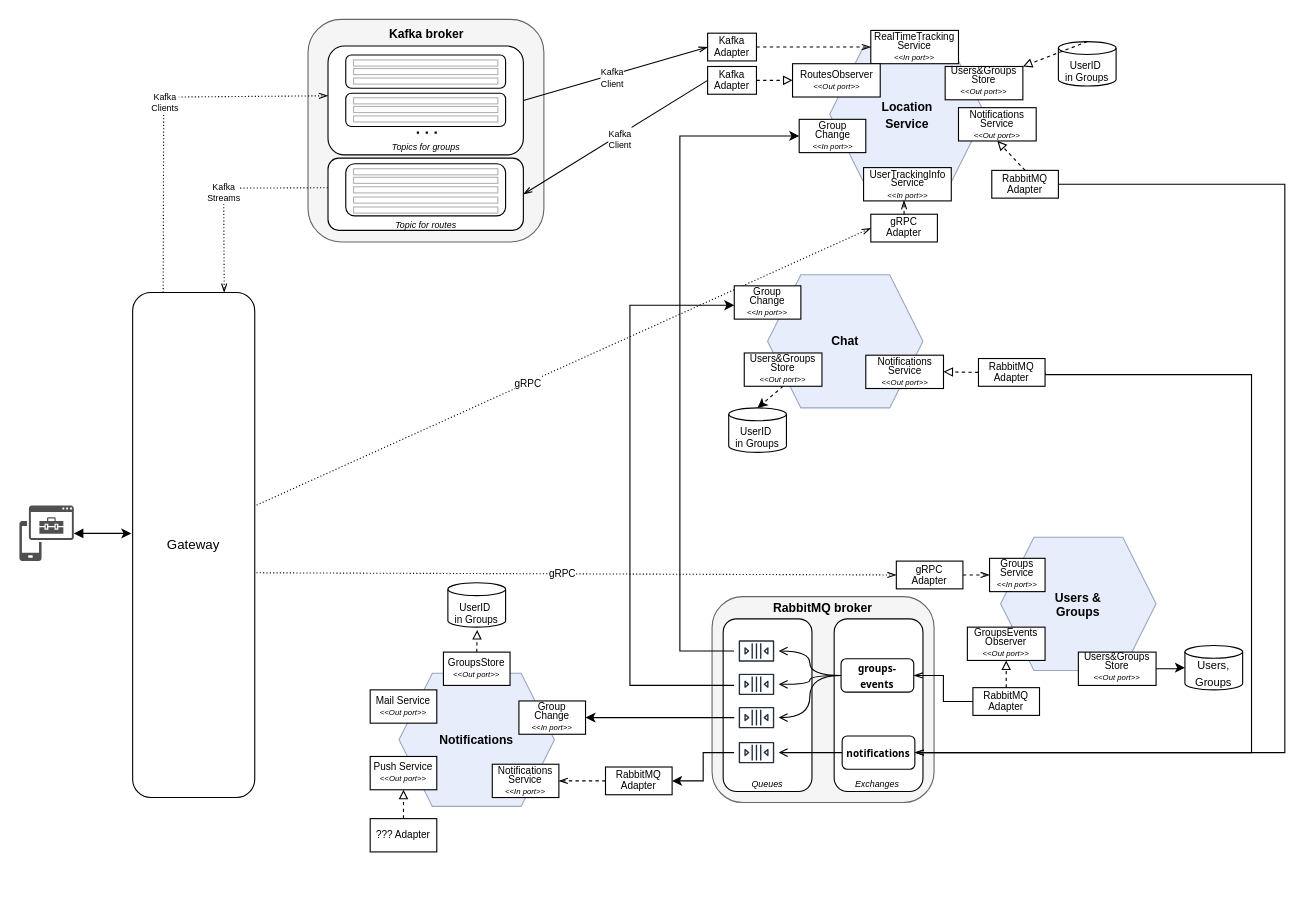
Earlier version of the draw.io diagram content/schemas/architecture.drawio (position-pal/Documentation). Source tidied: cells renumbered, new cells numbered last; positions are measured from the earlier drawing's top-left corner, leaving out a move shared by most shapes. Both pictures are drawn from the tidied source at 111%, with x=0, y=0 at pixel (19, 19).
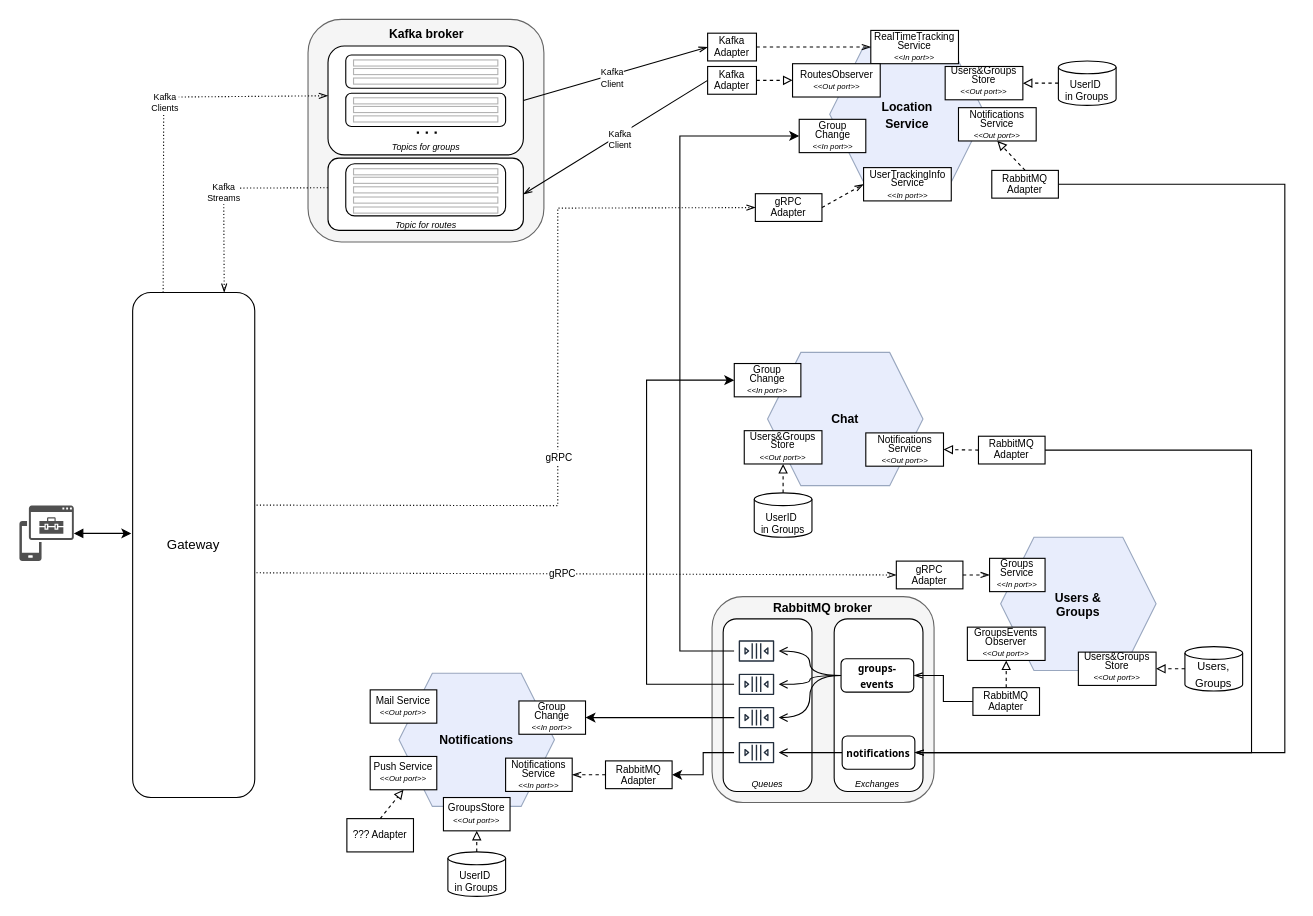
The same diagram, later.

Commit message (it also covers changes not shown here):
docs: improve documentation schemas

Unchanged cells that the change refers to:
```xml
<mxCell id="29" value="Gateway" style="rounded=1;whiteSpace=wrap;html=1;" parent="1" vertex="1">
  <mxGeometry x="102" y="246" width="110" height="455" as="geometry" />
</mxCell>
<mxCell id="37" style="sketch=0;outlineConnect=0;fontColor=#232F3E;gradientColor=none;strokeColor=#232F3E;fillColor=#ffffff;dashed=0;verticalLabelPosition=bottom;verticalAlign=top;align=center;html=1;fontSize=12;fontStyle=0;shape=mxgraph.aws4.resourceIcon;resIcon=mxgraph.aws4.queue;" parent="1" vertex="1">
  <mxGeometry x="644" y="579" width="40" height="40" as="geometry" />
</mxCell>
<mxCell id="39" value="&lt;font size=&quot;1&quot; face=&quot;Tahoma&quot; style=&quot;&quot;&gt;&lt;b style=&quot;font-size: 9px;&quot;&gt;notifications&lt;/b&gt;&lt;/font&gt;" style="rounded=1;whiteSpace=wrap;html=1;" parent="1" vertex="1">
  <mxGeometry x="741.2" y="645.5" width="65.5" height="30" as="geometry" />
</mxCell>
<mxCell id="62" value="&lt;div style=&quot;line-height: 90%; font-size: 9px;&quot;&gt;UserTrackingInfo Service&lt;/div&gt;&lt;div style=&quot;line-height: 90%; font-size: 9px;&quot;&gt;&lt;i style=&quot;background-color: initial; font-size: 12px;&quot;&gt;&lt;font style=&quot;font-size: 7px;&quot;&gt;&amp;lt;&amp;lt;In port&amp;gt;&amp;gt;&lt;/font&gt;&lt;/i&gt;&lt;/div&gt;" style="rounded=0;whiteSpace=wrap;html=1;align=center;" parent="1" vertex="1">
  <mxGeometry x="760.5" y="133.5" width="79" height="30" as="geometry" />
</mxCell>
<mxCell id="95" value="&lt;div style=&quot;line-height: 90%; font-size: 9px;&quot;&gt;Users&amp;amp;Groups&lt;/div&gt;&lt;div style=&quot;line-height: 90%; font-size: 9px;&quot;&gt;Store&lt;/div&gt;&lt;div style=&quot;line-height: 90%;&quot;&gt;&lt;i style=&quot;&quot;&gt;&lt;font style=&quot;font-size: 7px;&quot;&gt;&amp;lt;&amp;lt;Out port&amp;gt;&amp;gt;&lt;/font&gt;&lt;/i&gt;&lt;/div&gt;" style="rounded=0;whiteSpace=wrap;html=1;align=center;" parent="1" vertex="1">
  <mxGeometry x="954" y="570" width="70" height="30" as="geometry" />
</mxCell>
<mxCell id="97" value="&lt;div style=&quot;line-height: 90%; font-size: 9px;&quot;&gt;Users&amp;amp;Groups&lt;/div&gt;&lt;div style=&quot;line-height: 90%; font-size: 9px;&quot;&gt;Store&lt;/div&gt;&lt;div style=&quot;line-height: 90%;&quot;&gt;&lt;i style=&quot;&quot;&gt;&lt;font style=&quot;font-size: 7px;&quot;&gt;&amp;lt;&amp;lt;Out port&amp;gt;&amp;gt;&lt;/font&gt;&lt;/i&gt;&lt;/div&gt;" style="rounded=0;whiteSpace=wrap;html=1;align=center;" parent="1" vertex="1">
  <mxGeometry x="834" y="42.4" width="70" height="30" as="geometry" />
</mxCell>
```

The edit, as a diff of the source:
```diff
@@
-    <mxCell id="36" style="edgeStyle=orthogonalEdgeStyle;rounded=0;jettySize=auto;html=1;entryX=0.5;entryY=1;entryDx=0;entryDy=0;" parent="1" edge="1" source="37">
+    <mxCell id="36" style="edgeStyle=orthogonalEdgeStyle;rounded=0;jettySize=auto;html=1;entryX=0;entryY=0.5;entryDx=0;entryDy=0;" parent="1" edge="1" source="37" target="110">
       <mxGeometry relative="1" as="geometry">
-        <mxPoint x="644" y="257.5" as="targetPoint" />
         <Array as="points">
-          <mxPoint x="550" y="600" />
-          <mxPoint x="550" y="258" />
+          <mxPoint x="565" y="599" />
+          <mxPoint x="565" y="325" />
         </Array>
       </mxGeometry>
     </mxCell>
@@
     <mxCell id="51" value="&lt;font style=&quot;font-size: 9px;&quot;&gt;UserID&amp;nbsp;&lt;/font&gt;&lt;div style=&quot;line-height: 70%;&quot;&gt;&lt;font style=&quot;font-size: 9px;&quot;&gt;in&amp;nbsp;&lt;/font&gt;&lt;span style=&quot;font-size: 9px; background-color: initial;&quot;&gt;Groups&lt;/span&gt;&lt;/div&gt;" style="shape=cylinder3;whiteSpace=wrap;html=1;boundedLbl=1;backgroundOutline=1;size=5.774193548387103;" parent="1" vertex="1">
-      <mxGeometry x="386" y="507.5" width="52" height="40" as="geometry" />
+      <mxGeometry x="386" y="750" width="52" height="40" as="geometry" />
     </mxCell>
-    <mxCell id="52" style="edgeStyle=orthogonalEdgeStyle;rounded=0;jettySize=auto;html=1;exitX=0.5;exitY=0;exitDx=0;exitDy=0;dashed=1;endArrow=block;endFill=0;" parent="1" edge="1" source="53">
-      <mxGeometry relative="1" as="geometry">
-        <mxPoint x="412.4" y="550" as="targetPoint" />
-      </mxGeometry>
+    <mxCell id="52" style="edgeStyle=orthogonalEdgeStyle;rounded=0;jettySize=auto;html=1;exitX=0.5;exitY=0;exitDx=0;exitDy=0;dashed=1;endArrow=block;endFill=0;exitPerimeter=0;entryX=0.5;entryY=1;entryDx=0;entryDy=0;" parent="1" edge="1" source="51" target="53">
+      <mxGeometry relative="1" as="geometry" />
     </mxCell>
     <mxCell id="53" value="&lt;div style=&quot;line-height: 90%; font-size: 9px;&quot;&gt;GroupsStore&lt;br&gt;&lt;i style=&quot;background-color: initial; font-size: 12px;&quot;&gt;&lt;font style=&quot;font-size: 7px;&quot;&gt;&amp;lt;&amp;lt;Out port&amp;gt;&amp;gt;&lt;/font&gt;&lt;/i&gt;&lt;/div&gt;" style="rounded=0;whiteSpace=wrap;html=1;align=center;" parent="1" vertex="1">
-      <mxGeometry x="382" y="570" width="60" height="30" as="geometry" />
+      <mxGeometry x="382" y="701" width="60" height="30" as="geometry" />
     </mxCell>
@@
     <mxCell id="55" value="&lt;div style=&quot;line-height: 90%; font-size: 9px;&quot;&gt;Notifications&lt;/div&gt;&lt;div style=&quot;line-height: 90%; font-size: 9px;&quot;&gt;Service&lt;br&gt;&lt;i style=&quot;background-color: initial; font-size: 12px;&quot;&gt;&lt;font style=&quot;font-size: 7px;&quot;&gt;&amp;lt;&amp;lt;In port&amp;gt;&amp;gt;&lt;/font&gt;&lt;/i&gt;&lt;/div&gt;" style="rounded=0;whiteSpace=wrap;html=1;align=center;" parent="1" vertex="1">
-      <mxGeometry x="426" y="671" width="60" height="30" as="geometry" />
+      <mxGeometry x="438" y="665.5" width="60" height="30" as="geometry" />
     </mxCell>
@@
     <mxCell id="57" value="&lt;div style=&quot;line-height: 110%; font-size: 9px;&quot;&gt;RabbitMQ Adapter&lt;/div&gt;" style="rounded=0;whiteSpace=wrap;html=1;align=center;" parent="1" vertex="1">
-      <mxGeometry x="528" y="673.5" width="60" height="25" as="geometry" />
+      <mxGeometry x="528" y="668" width="60" height="25" as="geometry" />
     </mxCell>
@@
     <mxCell id="63" value="&lt;div style=&quot;line-height: 110%; font-size: 9px;&quot;&gt;gRPC&lt;/div&gt;&lt;div style=&quot;line-height: 110%; font-size: 9px;&quot;&gt;Adapter&lt;/div&gt;" style="rounded=0;whiteSpace=wrap;html=1;align=center;" parent="1" vertex="1">
-      <mxGeometry x="767" y="175.5" width="60" height="25" as="geometry" />
+      <mxGeometry x="663" y="157" width="60" height="25" as="geometry" />
     </mxCell>
-    <mxCell id="64" style="edgeStyle=orthogonalEdgeStyle;rounded=0;jettySize=auto;html=1;exitX=0.5;exitY=0;exitDx=0;exitDy=0;entryX=0.461;entryY=0.981;entryDx=0;entryDy=0;entryPerimeter=0;endArrow=openThin;endFill=0;dashed=1;" parent="1" edge="1" source="63" target="62">
+    <mxCell id="64" style="rounded=0;jettySize=auto;html=1;exitX=1;exitY=0.5;exitDx=0;exitDy=0;entryX=0;entryY=0.5;entryDx=0;entryDy=0;endArrow=openThin;endFill=0;dashed=1;" parent="1" edge="1" source="63" target="62">
       <mxGeometry relative="1" as="geometry" />
     </mxCell>
@@
     <mxCell id="69" style="rounded=0;jettySize=auto;html=1;entryX=0;entryY=0.5;entryDx=0;entryDy=0;dashed=1;dashPattern=1 2;endArrow=openThin;endFill=0;exitX=1.015;exitY=0.421;exitDx=0;exitDy=0;exitPerimeter=0;" parent="1" edge="1" source="29" target="63">
-      <mxGeometry relative="1" as="geometry" />
+      <mxGeometry relative="1" as="geometry">
+        <Array as="points">
+          <mxPoint x="485" y="438" />
+          <mxPoint x="485" y="170" />
+        </Array>
+      </mxGeometry>
     </mxCell>
@@
     <mxCell id="84" value="&lt;span style=&quot;font-size: 11px;&quot;&gt;&lt;b&gt;Chat&lt;/b&gt;&lt;/span&gt;" style="shape=hexagon;perimeter=hexagonPerimeter2;whiteSpace=wrap;html=1;fixedSize=1;fillColor=#E8EDFC;strokeColor=#99A7BF;size=30;" parent="1" vertex="1">
-      <mxGeometry x="674" y="230" width="140" height="120" as="geometry" />
+      <mxGeometry x="674" y="300" width="140" height="120" as="geometry" />
     </mxCell>
     <mxCell id="85" value="&lt;div style=&quot;line-height: 90%; font-size: 9px;&quot;&gt;Notifications Service&lt;/div&gt;&lt;div style=&quot;line-height: 90%; font-size: 9px;&quot;&gt;&lt;i style=&quot;background-color: initial; font-size: 12px;&quot;&gt;&lt;font style=&quot;font-size: 7px;&quot;&gt;&amp;lt;&amp;lt;Out port&amp;gt;&amp;gt;&lt;/font&gt;&lt;/i&gt;&lt;/div&gt;" style="rounded=0;whiteSpace=wrap;html=1;align=center;" parent="1" vertex="1">
-      <mxGeometry x="762.5" y="302.5" width="70" height="30" as="geometry" />
+      <mxGeometry x="762.5" y="372.5" width="70" height="30" as="geometry" />
     </mxCell>
     <mxCell id="86" style="edgeStyle=orthogonalEdgeStyle;rounded=0;jettySize=auto;html=1;exitX=1;exitY=0.5;exitDx=0;exitDy=0;entryX=1;entryY=0.5;entryDx=0;entryDy=0;endArrow=openThin;endFill=0;" parent="1" edge="1" source="87" target="39">
       <mxGeometry relative="1" as="geometry">
         <Array as="points">
-          <mxPoint x="924" y="320" />
-          <mxPoint x="1110" y="320" />
-          <mxPoint x="1110" y="661" />
+          <mxPoint x="1110" y="388" />
+          <mxPoint x="1110" y="660" />
         </Array>
       </mxGeometry>
     </mxCell>
     <mxCell id="87" value="&lt;div style=&quot;line-height: 110%; font-size: 9px;&quot;&gt;RabbitMQ Adapter&lt;/div&gt;" style="rounded=0;whiteSpace=wrap;html=1;align=center;" parent="1" vertex="1">
-      <mxGeometry x="864" y="305.5" width="60" height="25" as="geometry" />
+      <mxGeometry x="864" y="375.5" width="60" height="25" as="geometry" />
     </mxCell>
@@
     <mxCell id="90" value="&lt;div style=&quot;line-height: 90%; font-size: 9px;&quot;&gt;??? Adapter&lt;/div&gt;" style="rounded=0;whiteSpace=wrap;html=1;align=center;" parent="1" vertex="1">
-      <mxGeometry x="316" y="720" width="60" height="30" as="geometry" />
+      <mxGeometry x="295" y="720" width="60" height="30" as="geometry" />
     </mxCell>
@@
     <mxCell id="93" value="&lt;font style=&quot;font-size: 10px;&quot;&gt;Users, Groups&lt;/font&gt;" style="shape=cylinder3;whiteSpace=wrap;html=1;boundedLbl=1;backgroundOutline=1;size=5.774193548387103;" parent="1" vertex="1">
-      <mxGeometry x="1050" y="564" width="52" height="40" as="geometry" />
+      <mxGeometry x="1050" y="565" width="52" height="40" as="geometry" />
     </mxCell>
-    <mxCell id="94" style="edgeStyle=orthogonalEdgeStyle;rounded=0;jettySize=auto;html=1;" parent="1" edge="1" source="95" target="93">
-      <mxGeometry relative="1" as="geometry" />
-    </mxCell>
@@
     <mxCell id="96" value="&lt;font style=&quot;font-size: 9px;&quot;&gt;UserID&amp;nbsp;&lt;/font&gt;&lt;div style=&quot;line-height: 70%;&quot;&gt;&lt;font style=&quot;font-size: 9px;&quot;&gt;in&amp;nbsp;&lt;/font&gt;&lt;span style=&quot;font-size: 9px; background-color: initial;&quot;&gt;Groups&lt;/span&gt;&lt;/div&gt;" style="shape=cylinder3;whiteSpace=wrap;html=1;boundedLbl=1;backgroundOutline=1;size=5.774193548387103;" parent="1" vertex="1">
-      <mxGeometry x="936" y="20" width="52" height="40" as="geometry" />
+      <mxGeometry x="936" y="37.4" width="52" height="40" as="geometry" />
     </mxCell>
@@
-    <mxCell id="98" style="rounded=0;jettySize=auto;html=1;exitX=0.5;exitY=1;exitDx=0;exitDy=0;entryX=0.5;entryY=0;entryDx=0;entryDy=0;dashed=1;entryPerimeter=0;" parent="1" edge="1" source="100" target="99">
-      <mxGeometry relative="1" as="geometry" />
-    </mxCell>
     <mxCell id="99" value="&lt;font style=&quot;font-size: 9px;&quot;&gt;UserID&amp;nbsp;&lt;/font&gt;&lt;div style=&quot;line-height: 70%;&quot;&gt;&lt;font style=&quot;font-size: 9px;&quot;&gt;in&amp;nbsp;&lt;/font&gt;&lt;span style=&quot;font-size: 9px; background-color: initial;&quot;&gt;Groups&lt;/span&gt;&lt;/div&gt;" style="shape=cylinder3;whiteSpace=wrap;html=1;boundedLbl=1;backgroundOutline=1;size=5.774193548387103;" parent="1" vertex="1">
-      <mxGeometry x="639" y="350" width="52" height="40" as="geometry" />
+      <mxGeometry x="662" y="426.5" width="52" height="40" as="geometry" />
     </mxCell>
     <mxCell id="100" value="&lt;div style=&quot;line-height: 90%; font-size: 9px;&quot;&gt;Users&amp;amp;Groups&lt;/div&gt;&lt;div style=&quot;line-height: 90%; font-size: 9px;&quot;&gt;Store&lt;/div&gt;&lt;div style=&quot;line-height: 90%;&quot;&gt;&lt;i style=&quot;&quot;&gt;&lt;font style=&quot;font-size: 7px;&quot;&gt;&amp;lt;&amp;lt;Out port&amp;gt;&amp;gt;&lt;/font&gt;&lt;/i&gt;&lt;/div&gt;" style="rounded=0;whiteSpace=wrap;html=1;align=center;" parent="1" vertex="1">
-      <mxGeometry x="653" y="300.5" width="70" height="30" as="geometry" />
+      <mxGeometry x="653" y="370.5" width="70" height="30" as="geometry" />
     </mxCell>
-    <mxCell id="101" style="rounded=0;jettySize=auto;html=1;exitX=0.5;exitY=0;exitDx=0;exitDy=0;exitPerimeter=0;entryX=1;entryY=0;entryDx=0;entryDy=0;endArrow=block;endFill=0;dashed=1;" parent="1" edge="1" source="96" target="97">
+    <mxCell id="101" style="rounded=0;jettySize=auto;html=1;exitX=0;exitY=0.5;exitDx=0;exitDy=0;exitPerimeter=0;entryX=1;entryY=0.5;entryDx=0;entryDy=0;endArrow=block;endFill=0;dashed=1;" parent="1" edge="1" source="96" target="97">
       <mxGeometry relative="1" as="geometry" />
     </mxCell>
@@
     <mxCell id="110" value="&lt;div style=&quot;line-height: 90%; font-size: 9px;&quot;&gt;Group Change&lt;/div&gt;&lt;div style=&quot;line-height: 90%; font-size: 9px;&quot;&gt;&lt;i style=&quot;background-color: initial; font-size: 12px;&quot;&gt;&lt;font style=&quot;font-size: 7px;&quot;&gt;&amp;lt;&amp;lt;In port&amp;gt;&amp;gt;&lt;/font&gt;&lt;/i&gt;&lt;/div&gt;" style="rounded=0;whiteSpace=wrap;html=1;align=center;" parent="1" vertex="1">
-      <mxGeometry x="644" y="240" width="60" height="30" as="geometry" />
+      <mxGeometry x="644" y="310" width="60" height="30" as="geometry" />
     </mxCell>
+    <mxCell id="111" style="rounded=0;jettySize=auto;html=1;exitX=0.5;exitY=0;exitDx=0;exitDy=0;dashed=1;endArrow=block;endFill=0;exitPerimeter=0;entryX=0.5;entryY=1;entryDx=0;entryDy=0;" parent="1" edge="1" source="99" target="100">
+      <mxGeometry relative="1" as="geometry" />
+    </mxCell>
+    <mxCell id="112" style="edgeStyle=orthogonalEdgeStyle;rounded=0;jettySize=auto;html=1;exitX=0;exitY=0.5;exitDx=0;exitDy=0;dashed=1;endArrow=block;endFill=0;exitPerimeter=0;entryX=1;entryY=0.5;entryDx=0;entryDy=0;" parent="1" edge="1" source="93" target="95">
+      <mxGeometry relative="1" as="geometry" />
+    </mxCell>
```
